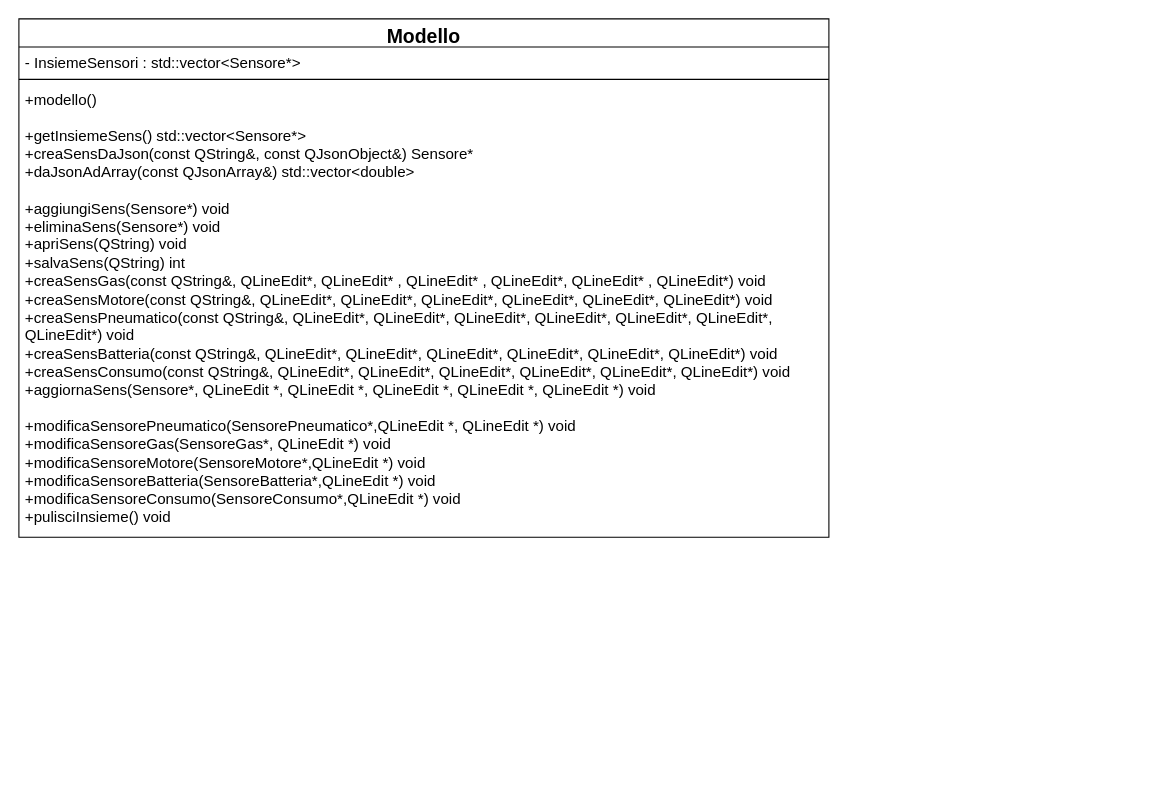
mpiccoli18/Progetto-PAO keeps this draw.io diagram as modello.drawio. Above is the earlier version. Source tidied: cells renumbered, new cells numbered last; positions are measured from the earlier drawing's top-left corner, leaving out a move shared by most shapes. Both pictures are drawn from the tidied source at 108%, with x=0, y=0 at pixel (18, 18).
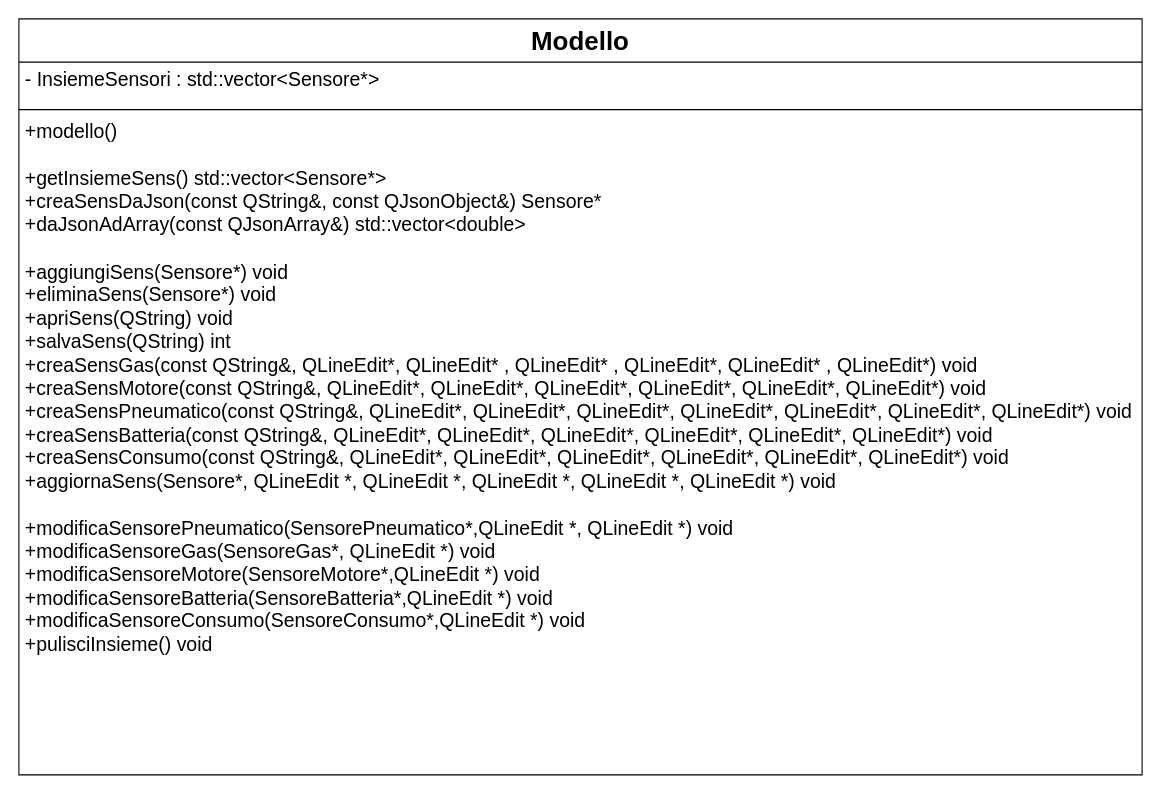
The same page after the edit.

Change to the diagram source:
```diff
@@
 <mxGraphModel>
   <root>
     <mxCell id="0" />
     <mxCell id="1" parent="0" />
-    <mxCell id="2" value="&lt;font style=&quot;font-size: 18px;&quot;&gt;Modello&lt;/font&gt;" style="swimlane;fontStyle=1;align=center;verticalAlign=top;horizontal=1;startSize=26;whiteSpace=wrap;html=1;" parent="1" vertex="1">
-      <mxGeometry width="750" height="480" as="geometry" />
+    <mxCell id="2" value="&lt;font style=&quot;font-size: 24px;&quot;&gt;Modello&lt;/font&gt;" style="swimlane;fontStyle=1;align=center;verticalAlign=top;horizontal=1;startSize=40;whiteSpace=wrap;html=1;" parent="1" vertex="1">
+      <mxGeometry width="1040" height="700" as="geometry" />
     </mxCell>
-    <mxCell id="3" value="&lt;font style=&quot;font-size: 14px;&quot;&gt;- InsiemeSensori : std::vector&amp;lt;Sensore*&amp;gt;&lt;/font&gt;" style="text;strokeColor=none;fillColor=none;align=left;verticalAlign=top;spacingLeft=4;spacingRight=4;overflow=hidden;whiteSpace=wrap;html=1;" parent="2" vertex="1">
-      <mxGeometry y="26" width="750" height="26" as="geometry" />
+    <mxCell id="3" value="&lt;font style=&quot;font-size: 18px;&quot;&gt;- InsiemeSensori : std::vector&amp;lt;Sensore*&amp;gt;&lt;/font&gt;" style="text;strokeColor=none;fillColor=none;align=left;verticalAlign=top;spacingLeft=4;spacingRight=4;overflow=hidden;whiteSpace=wrap;html=1;" parent="2" vertex="1">
+      <mxGeometry y="40" width="1040" height="40" as="geometry" />
     </mxCell>
     <mxCell id="4" style="line;strokeWidth=1;fillColor=none;align=left;verticalAlign=middle;spacingTop=-1;spacingLeft=3;spacingRight=3;labelPosition=right;strokeColor=inherit;" parent="2" vertex="1">
-      <mxGeometry y="52" width="750" height="8" as="geometry" />
+      <mxGeometry y="80" width="1040" height="8" as="geometry" />
     </mxCell>
-    <mxCell id="5" value="&lt;font style=&quot;font-size: 14px;&quot;&gt;+modello()&lt;br&gt;&lt;br&gt;+getInsiemeSens() std::vector&amp;lt;Sensore*&amp;gt;&lt;br&gt;+creaSensDaJson(const QString&amp;amp;, const QJsonObject&amp;amp;) Sensore*&lt;br&gt;+daJsonAdArray(const QJsonArray&amp;amp;) std::vector&amp;lt;double&amp;gt;&lt;br&gt;&lt;br&gt;+aggiungiSens(Sensore*) void&lt;br&gt;+eliminaSens(Sensore*) void&lt;br&gt;+apriSens(QString) void&lt;br&gt;+salvaSens(QString) int&lt;br&gt;&lt;/font&gt;&lt;div&gt;&lt;font style=&quot;font-size: 14px;&quot;&gt;+creaSensGas(const QString&amp;amp;, QLineEdit*, QLineEdit* , QLineEdit* , QLineEdit*, QLineEdit* , QLineEdit*) void&lt;/font&gt;&lt;/div&gt;&lt;div&gt;&lt;span style=&quot;background-color: initial;&quot;&gt;&lt;font style=&quot;font-size: 14px;&quot;&gt;+creaSensMotore(const QString&amp;amp;, QLineEdit*, QLineEdit*, QLineEdit*, QLineEdit*, QLineEdit*, QLineEdit*) void&lt;/font&gt;&lt;/span&gt;&lt;/div&gt;&lt;div&gt;&lt;font style=&quot;font-size: 14px;&quot;&gt;+creaSensPneumatico(const QString&amp;amp;, QLineEdit*, QLineEdit*, QLineEdit*, QLineEdit*, QLineEdit*, QLineEdit*, QLineEdit*) void&lt;/font&gt;&lt;/div&gt;&lt;div&gt;&lt;font style=&quot;font-size: 14px;&quot;&gt;+creaSensBatteria(const QString&amp;amp;, QLineEdit*, QLineEdit*, QLineEdit*, QLineEdit*, QLineEdit*, QLineEdit*) void&lt;/font&gt;&lt;/div&gt;&lt;div&gt;&lt;font style=&quot;font-size: 14px;&quot;&gt;+creaSensConsumo(const QString&amp;amp;, QLineEdit*, QLineEdit*, QLineEdit*, QLineEdit*, QLineEdit*, QLineEdit*) void&lt;/font&gt;&lt;/div&gt;&lt;div&gt;&lt;font style=&quot;font-size: 14px;&quot;&gt;+aggiornaSens(Sensore*, QLineEdit *, QLineEdit *, QLineEdit *, QLineEdit *, QLineEdit *) void&lt;/font&gt;&lt;/div&gt;&lt;div&gt;&lt;font style=&quot;font-size: 14px;&quot;&gt;&lt;br&gt;&lt;/font&gt;&lt;/div&gt;&lt;div&gt;&lt;div&gt;&lt;font style=&quot;font-size: 14px;&quot;&gt;+modificaSensorePneumatico(SensorePneumatico*,QLineEdit *, QLineEdit *) void&lt;/font&gt;&lt;/div&gt;&lt;div&gt;&lt;font style=&quot;font-size: 14px;&quot;&gt;+modificaSensoreGas(SensoreGas*, QLineEdit *) void&lt;/font&gt;&lt;/div&gt;&lt;div&gt;&lt;font style=&quot;font-size: 14px;&quot;&gt;+modificaSensoreMotore(SensoreMotore*,QLineEdit *) void&lt;/font&gt;&lt;/div&gt;&lt;div&gt;&lt;font style=&quot;font-size: 14px;&quot;&gt;+modificaSensoreBatteria(SensoreBatteria*,QLineEdit *) void&lt;/font&gt;&lt;/div&gt;&lt;div&gt;&lt;font style=&quot;font-size: 14px;&quot;&gt;+m&lt;span style=&quot;background-color: initial;&quot;&gt;odificaSensoreConsumo(SensoreConsumo*,QLineEdit *) void&lt;/span&gt;&lt;/font&gt;&lt;/div&gt;&lt;/div&gt;&lt;div&gt;&lt;/div&gt;&lt;font style=&quot;font-size: 14px;&quot;&gt;+pulisciInsieme() void&lt;/font&gt;" style="text;strokeColor=none;fillColor=none;align=left;verticalAlign=top;spacingLeft=4;spacingRight=4;overflow=hidden;whiteSpace=wrap;html=1;" parent="2" vertex="1">
-      <mxGeometry y="60" width="750" height="420" as="geometry" />
+    <mxCell id="5" value="&lt;font style=&quot;font-size: 18px;&quot;&gt;+modello()&lt;br&gt;&lt;br&gt;+getInsiemeSens() std::vector&amp;lt;Sensore*&amp;gt;&lt;br&gt;+creaSensDaJson(const QString&amp;amp;, const QJsonObject&amp;amp;) Sensore*&lt;br&gt;+daJsonAdArray(const QJsonArray&amp;amp;) std::vector&amp;lt;double&amp;gt;&lt;br&gt;&lt;br&gt;+aggiungiSens(Sensore*) void&lt;br&gt;+eliminaSens(Sensore*) void&lt;br&gt;+apriSens(QString) void&lt;br&gt;+salvaSens(QString) int&lt;br&gt;&lt;/font&gt;&lt;div&gt;&lt;font style=&quot;font-size: 18px;&quot;&gt;+creaSensGas(const QString&amp;amp;, QLineEdit*, QLineEdit* , QLineEdit* , QLineEdit*, QLineEdit* , QLineEdit*) void&lt;/font&gt;&lt;/div&gt;&lt;div&gt;&lt;span style=&quot;background-color: initial;&quot;&gt;&lt;font style=&quot;font-size: 18px;&quot;&gt;+creaSensMotore(const QString&amp;amp;, QLineEdit*, QLineEdit*, QLineEdit*, QLineEdit*, QLineEdit*, QLineEdit*) void&lt;/font&gt;&lt;/span&gt;&lt;/div&gt;&lt;div&gt;&lt;font style=&quot;font-size: 18px;&quot;&gt;+creaSensPneumatico(const QString&amp;amp;, QLineEdit*, QLineEdit*, QLineEdit*, QLineEdit*, QLineEdit*, QLineEdit*, QLineEdit*) void&lt;/font&gt;&lt;/div&gt;&lt;div&gt;&lt;font style=&quot;font-size: 18px;&quot;&gt;+creaSensBatteria(const QString&amp;amp;, QLineEdit*, QLineEdit*, QLineEdit*, QLineEdit*, QLineEdit*, QLineEdit*) void&lt;/font&gt;&lt;/div&gt;&lt;div&gt;&lt;font style=&quot;font-size: 18px;&quot;&gt;+creaSensConsumo(const QString&amp;amp;, QLineEdit*, QLineEdit*, QLineEdit*, QLineEdit*, QLineEdit*, QLineEdit*) void&lt;/font&gt;&lt;/div&gt;&lt;div&gt;&lt;font style=&quot;font-size: 18px;&quot;&gt;+aggiornaSens(Sensore*, QLineEdit *, QLineEdit *, QLineEdit *, QLineEdit *, QLineEdit *) void&lt;/font&gt;&lt;/div&gt;&lt;div&gt;&lt;font style=&quot;font-size: 18px;&quot;&gt;&lt;br&gt;&lt;/font&gt;&lt;/div&gt;&lt;div&gt;&lt;div&gt;&lt;font style=&quot;font-size: 18px;&quot;&gt;+modificaSensorePneumatico(SensorePneumatico*,QLineEdit *, QLineEdit *) void&lt;/font&gt;&lt;/div&gt;&lt;div&gt;&lt;font style=&quot;font-size: 18px;&quot;&gt;+modificaSensoreGas(SensoreGas*, QLineEdit *) void&lt;/font&gt;&lt;/div&gt;&lt;div&gt;&lt;font style=&quot;font-size: 18px;&quot;&gt;+modificaSensoreMotore(SensoreMotore*,QLineEdit *) void&lt;/font&gt;&lt;/div&gt;&lt;div&gt;&lt;font style=&quot;font-size: 18px;&quot;&gt;+modificaSensoreBatteria(SensoreBatteria*,QLineEdit *) void&lt;/font&gt;&lt;/div&gt;&lt;div&gt;&lt;font style=&quot;font-size: 18px;&quot;&gt;+m&lt;span style=&quot;background-color: initial;&quot;&gt;odificaSensoreConsumo(SensoreConsumo*,QLineEdit *) void&lt;/span&gt;&lt;/font&gt;&lt;/div&gt;&lt;/div&gt;&lt;div&gt;&lt;/div&gt;&lt;font style=&quot;font-size: 18px;&quot;&gt;+pulisciInsieme() void&lt;/font&gt;" style="text;strokeColor=none;fillColor=none;align=left;verticalAlign=top;spacingLeft=4;spacingRight=4;overflow=hidden;whiteSpace=wrap;html=1;" parent="2" vertex="1">
+      <mxGeometry y="88" width="1040" height="612" as="geometry" />
     </mxCell>
   </root>
 </mxGraphModel>
```
